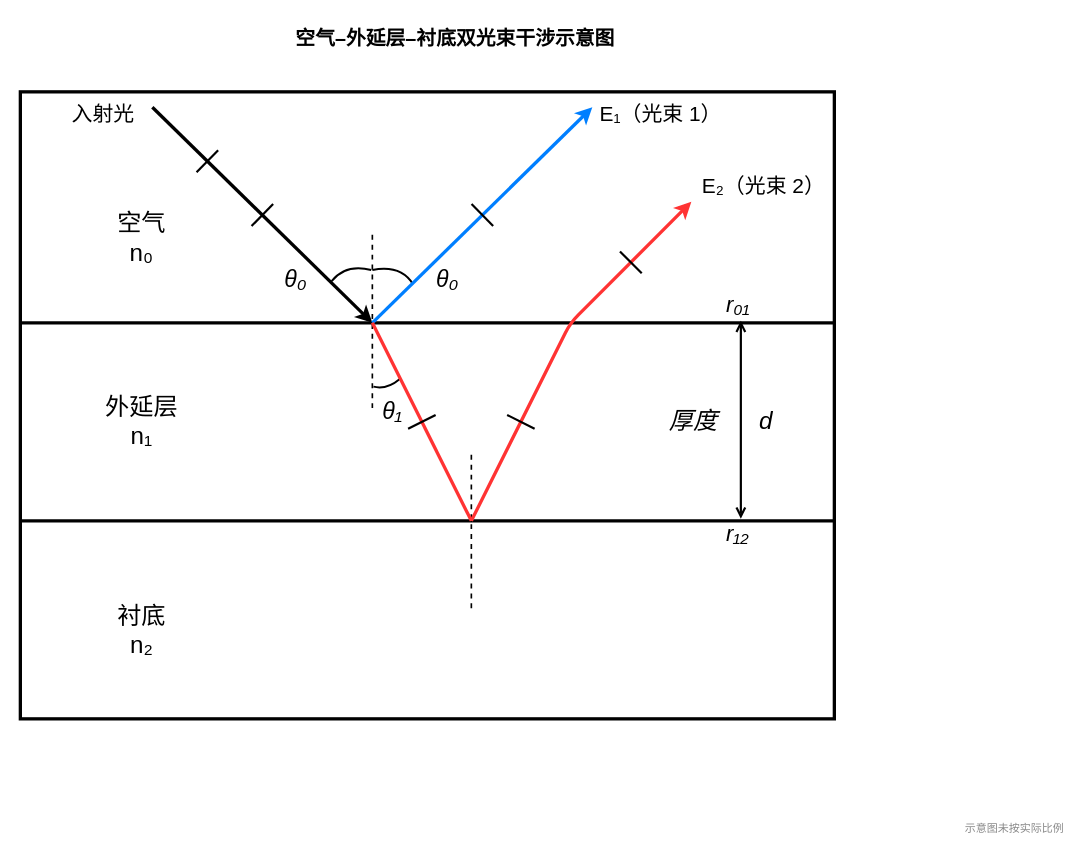
Before: outputs/figures/q1/q1_入射示意图.drawio in Right-XOY/CMCB-pipeline-202509, a draw.io diagram. Source tidied: cells renumbered, new cells numbered last; positions are measured from the earlier drawing's top-left corner, leaving out a move shared by most shapes. Both pictures are drawn from the tidied source at 110%, with x=0, y=0 at pixel (20, 19).
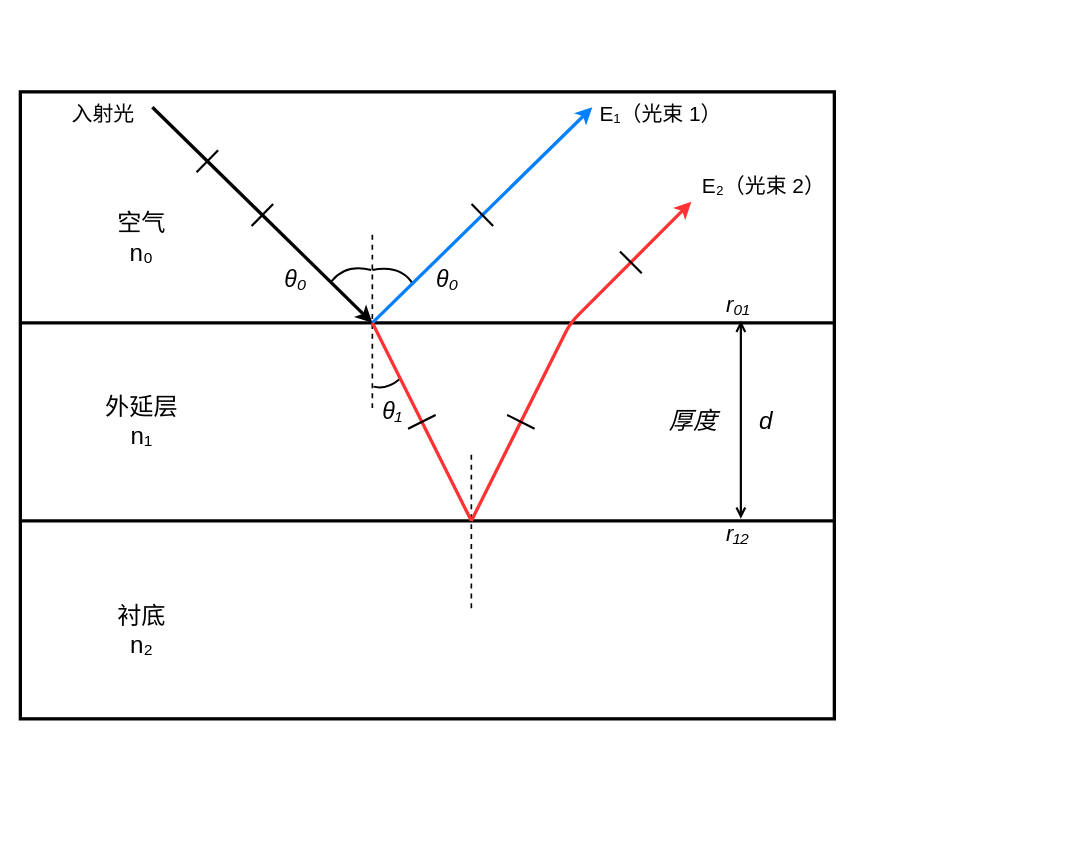
After the change.

The edit, as a diff of the source:
```diff
@@
-    <mxCell id="2" value="空气–外延层–衬底双光束干涉示意图" style="text;html=1;align=center;verticalAlign=middle;fontSize=18;fontStyle=1;" parent="1" vertex="1">
-      <mxGeometry x="120" width="550" height="36" as="geometry" />
-    </mxCell>
@@
-    <mxCell id="34" value="示意图未按实际比例" style="text;html=1;align=right;verticalAlign=middle;fontSize=10;fontColor=#888888;" parent="1" vertex="1">
-      <mxGeometry x="700" y="724" width="250" height="22" as="geometry" />
-    </mxCell>
```
